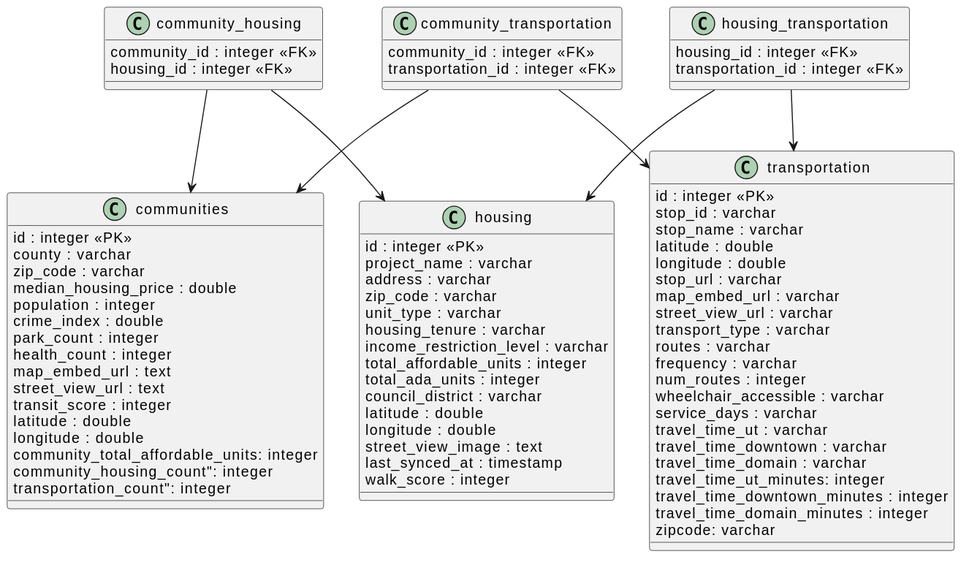
Above: IDB.uml.svg in harinik961/CivicHousing (PlantUML), before the change.
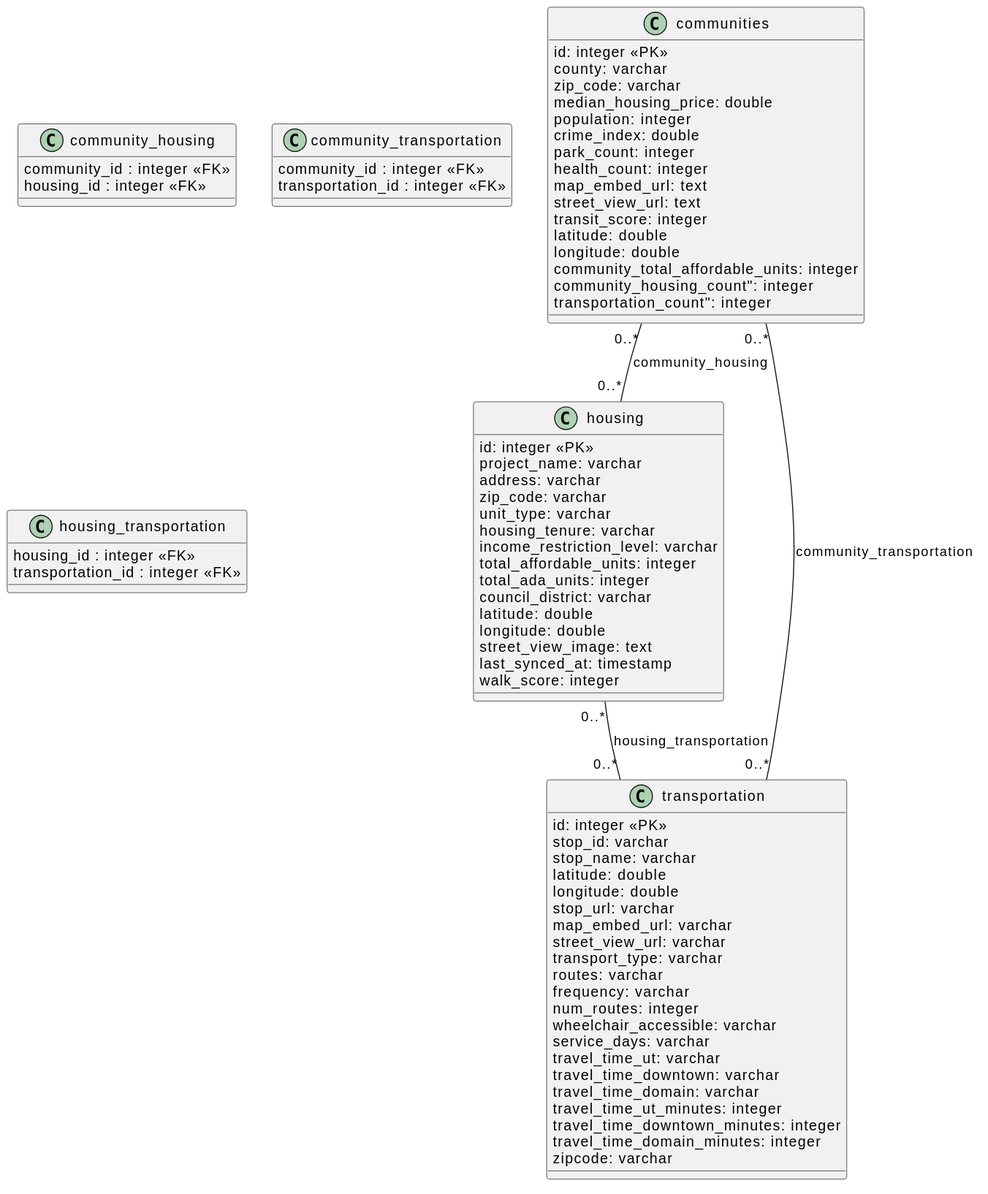
After the change.

Diff of the diagram source:
```diff
@@ -1,67 +1,65 @@
 @startuml
 class communities {
-  id : integer <<PK>>
-  county : varchar
-  zip_code : varchar
-  median_housing_price : double
-  population : integer
-  crime_index : double
-  park_count : integer
-  health_count : integer
-  map_embed_url : text
-  street_view_url : text
-  transit_score : integer
-  latitude : double
-  longitude : double
+  id: integer <<PK>>
+  county: varchar
+  zip_code: varchar
+  median_housing_price: double
+  population: integer
+  crime_index: double
+  park_count: integer
+  health_count: integer
+  map_embed_url: text
+  street_view_url: text
+  transit_score: integer
+  latitude: double
+  longitude: double
   community_total_affordable_units: integer
   community_housing_count": integer
   transportation_count": integer
 }
 
 class housing {
-  id : integer <<PK>>
-  project_name : varchar
-  address : varchar
-  zip_code : varchar
-  unit_type : varchar
-  housing_tenure : varchar
-  income_restriction_level : varchar
-  total_affordable_units : integer
-  total_ada_units : integer
-  council_district : varchar
-  latitude : double
-  longitude : double
-  street_view_image : text
-  last_synced_at : timestamp
-  walk_score : integer
+  id: integer <<PK>>
+  project_name: varchar
+  address: varchar
+  zip_code: varchar
+  unit_type: varchar
+  housing_tenure: varchar
+  income_restriction_level: varchar
+  total_affordable_units: integer
+  total_ada_units: integer
+  council_district: varchar
+  latitude: double
+  longitude: double
+  street_view_image: text
+  last_synced_at: timestamp
+  walk_score: integer
 }
 
 class transportation {
-  id : integer <<PK>>
-  stop_id : varchar
-  stop_name : varchar
-  latitude : double
-  longitude : double
-  stop_url : varchar
-  map_embed_url : varchar
-  street_view_url : varchar
-  transport_type : varchar
-  routes : varchar
-  frequency : varchar
-  num_routes : integer
-  wheelchair_accessible : varchar
-  service_days : varchar
-  travel_time_ut : varchar
-  travel_time_downtown : varchar
-  travel_time_domain : varchar
+  id: integer <<PK>>
+  stop_id: varchar
+  stop_name: varchar
+  latitude: double
+  longitude: double
+  stop_url: varchar
+  map_embed_url: varchar
+  street_view_url: varchar
+  transport_type: varchar
+  routes: varchar
+  frequency: varchar
+  num_routes: integer
+  wheelchair_accessible: varchar
+  service_days: varchar
+  travel_time_ut: varchar
+  travel_time_downtown: varchar
+  travel_time_domain: varchar
   travel_time_ut_minutes: integer
-  travel_time_downtown_minutes : integer
-  travel_time_domain_minutes : integer
+  travel_time_downtown_minutes: integer
+  travel_time_domain_minutes: integer
   zipcode: varchar
 
 }
-
-
 
 class community_housing {
   community_id : integer <<FK>>
@@ -79,12 +77,7 @@
 }
 
 
-community_housing --> communities
-community_housing --> housing
-
-community_transportation --> communities
-community_transportation --> transportation
-
-housing_transportation --> housing
-housing_transportation --> transportation
+communities "0..*" -- "0..*" housing : community_housing
+communities "0..*" -- "0..*" transportation : community_transportation
+housing "0..*" -- "0..*" transportation : housing_transportation
 @enduml
```
